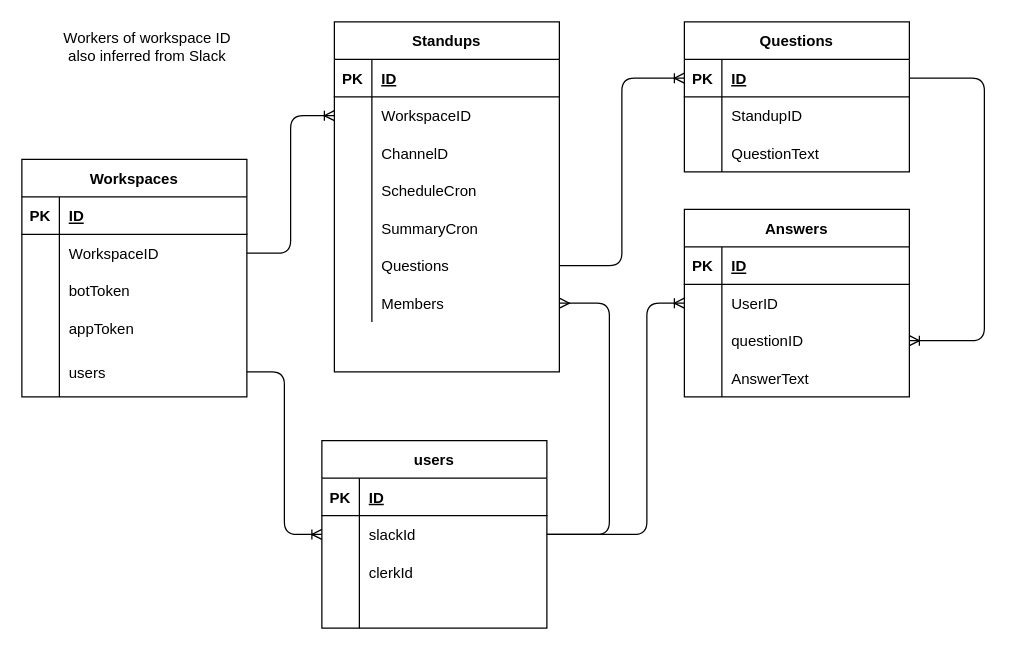
Earlier version of the draw.io diagram packages/orm/orm.drawio (ThibaultJanBeyer/standup-bot). Source tidied: cells renumbered, new cells numbered last; positions are measured from the earlier drawing's top-left corner, leaving out a move shared by most shapes. Both pictures are drawn from the tidied source at 125%, with x=0, y=0 at pixel (21, 21).
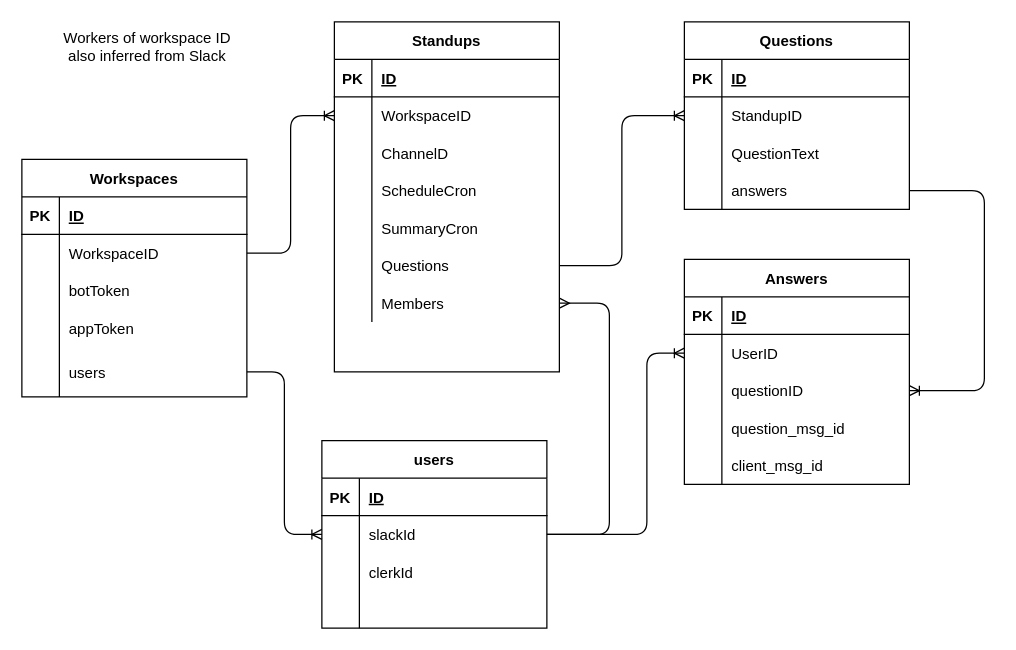
The same diagram, later.

Unchanged cells that the change refers to:
```xml
<mxCell id="18" style="shape=tableRow;horizontal=0;startSize=0;swimlaneHead=0;swimlaneBody=0;fillColor=none;points=[[0,0.5],[1,0.5]];portConstraint=eastwest;top=0;left=0;right=0;bottom=0;" parent="2" vertex="1">
  <mxGeometry y="180" width="180" height="30" as="geometry" />
</mxCell>
<mxCell id="25" style="shape=tableRow;horizontal=0;startSize=0;swimlaneHead=0;swimlaneBody=0;fillColor=none;points=[[0,0.5],[1,0.5]];portConstraint=eastwest;top=0;left=0;right=0;bottom=1;" parent="24" vertex="1">
  <mxGeometry y="30" width="180" height="30" as="geometry" />
</mxCell>
<mxCell id="28" style="shape=tableRow;horizontal=0;startSize=0;swimlaneHead=0;swimlaneBody=0;fillColor=none;points=[[0,0.5],[1,0.5]];portConstraint=eastwest;top=0;left=0;right=0;bottom=0;" parent="24" vertex="1">
  <mxGeometry y="60" width="180" height="30" as="geometry" />
</mxCell>
<mxCell id="57" style="shape=tableRow;horizontal=0;startSize=0;swimlaneHead=0;swimlaneBody=0;fillColor=none;points=[[0,0.5],[1,0.5]];portConstraint=eastwest;top=0;left=0;right=0;bottom=0;" parent="53" vertex="1">
  <mxGeometry y="60" width="180" height="30" as="geometry" />
</mxCell>
<mxCell id="72" style="shape=tableRow;horizontal=0;startSize=0;swimlaneHead=0;swimlaneBody=0;fillColor=none;points=[[0,0.5],[1,0.5]];portConstraint=eastwest;top=0;left=0;right=0;bottom=0;" parent="68" vertex="1">
  <mxGeometry y="60" width="180" height="30" as="geometry" />
</mxCell>
<mxCell id="75" style="shape=tableRow;horizontal=0;startSize=0;swimlaneHead=0;swimlaneBody=0;fillColor=none;points=[[0,0.5],[1,0.5]];portConstraint=eastwest;top=0;left=0;right=0;bottom=0;" parent="68" vertex="1">
  <mxGeometry y="90" width="180" height="30" as="geometry" />
</mxCell>
```

What changed in the source:
```diff
@@
     <mxCell id="24" value="Questions" style="shape=table;startSize=30;childLayout=tableLayout;rowLines=0;fontStyle=1;align=center;" parent="1" vertex="1">
-      <mxGeometry x="530" width="180" height="120" as="geometry" />
+      <mxGeometry x="530" width="180" height="150" as="geometry" />
     </mxCell>
@@
+    <mxCell id="83" style="shape=tableRow;horizontal=0;startSize=0;swimlaneHead=0;swimlaneBody=0;fillColor=none;points=[[0,0.5],[1,0.5]];portConstraint=eastwest;top=0;left=0;right=0;bottom=0;" parent="24" vertex="1">
+      <mxGeometry y="120" width="180" height="30" as="geometry" />
+    </mxCell>
+    <mxCell id="84" style="shape=partialRectangle;fillColor=none;top=0;left=0;bottom=0;right=0;overflow=hidden;" parent="83" vertex="1">
+      <mxGeometry width="30" height="30" as="geometry" />
+    </mxCell>
+    <mxCell id="85" value="answers" style="shape=partialRectangle;fillColor=none;top=0;left=0;bottom=0;right=0;align=left;spacingLeft=6;overflow=hidden;" parent="83" vertex="1">
+      <mxGeometry x="30" width="150" height="30" as="geometry" />
+    </mxCell>
-    <mxCell id="34" style="edgeStyle=orthogonalEdgeStyle;html=1;exitX=0;exitY=0.5;exitDx=0;exitDy=0;entryX=1;entryY=0.5;entryDx=0;entryDy=0;endArrow=none;endFill=0;startArrow=ERoneToMany;startFill=0;" parent="1" edge="1" source="25" target="18">
+    <mxCell id="34" style="edgeStyle=orthogonalEdgeStyle;html=1;exitX=0;exitY=0.5;exitDx=0;exitDy=0;entryX=1;entryY=0.5;entryDx=0;entryDy=0;endArrow=none;endFill=0;startArrow=ERoneToMany;startFill=0;" parent="1" edge="1" source="28" target="18">
       <mxGeometry relative="1" as="geometry" />
     </mxCell>
@@
     <mxCell id="68" value="Answers" style="shape=table;startSize=30;childLayout=tableLayout;rowLines=0;fontStyle=1;align=center;" parent="1" vertex="1">
-      <mxGeometry x="530" y="150" width="180" height="150" as="geometry" />
+      <mxGeometry x="530" y="190" width="180" height="180" as="geometry" />
     </mxCell>
@@
-    <mxCell id="78" style="shape=tableRow;horizontal=0;startSize=0;swimlaneHead=0;swimlaneBody=0;fillColor=none;top=0;left=0;right=0;bottom=0;" parent="68" vertex="1">
-      <mxGeometry y="120" width="180" height="30" as="geometry" />
-    </mxCell>
-    <mxCell id="79" style="shape=partialRectangle;fillColor=none;top=0;left=0;bottom=0;right=0;overflow=hidden;" parent="78" vertex="1">
-      <mxGeometry width="30" height="30" as="geometry" />
-    </mxCell>
-    <mxCell id="80" value="AnswerText" style="shape=partialRectangle;fillColor=none;top=0;left=0;bottom=0;right=0;align=left;spacingLeft=6;overflow=hidden;" parent="78" vertex="1">
-      <mxGeometry x="30" width="150" height="30" as="geometry" />
-    </mxCell>
+    <mxCell id="86" style="shape=tableRow;horizontal=0;startSize=0;swimlaneHead=0;swimlaneBody=0;fillColor=none;top=0;left=0;right=0;bottom=0;" parent="68" vertex="1">
+      <mxGeometry y="120" width="180" height="30" as="geometry" />
+    </mxCell>
+    <mxCell id="87" style="shape=partialRectangle;fillColor=none;top=0;left=0;bottom=0;right=0;overflow=hidden;" parent="86" vertex="1">
+      <mxGeometry width="30" height="30" as="geometry" />
+    </mxCell>
+    <mxCell id="88" value="question_msg_id" style="shape=partialRectangle;fillColor=none;top=0;left=0;bottom=0;right=0;align=left;spacingLeft=6;overflow=hidden;" parent="86" vertex="1">
+      <mxGeometry x="30" width="150" height="30" as="geometry" />
+    </mxCell>
+    <mxCell id="89" style="shape=tableRow;horizontal=0;startSize=0;swimlaneHead=0;swimlaneBody=0;fillColor=none;top=0;left=0;right=0;bottom=0;" parent="68" vertex="1">
+      <mxGeometry y="150" width="180" height="30" as="geometry" />
+    </mxCell>
+    <mxCell id="90" style="shape=partialRectangle;fillColor=none;top=0;left=0;bottom=0;right=0;overflow=hidden;" parent="89" vertex="1">
+      <mxGeometry width="30" height="30" as="geometry" />
+    </mxCell>
+    <mxCell id="91" value="client_msg_id" style="shape=partialRectangle;fillColor=none;top=0;left=0;bottom=0;right=0;align=left;spacingLeft=6;overflow=hidden;" parent="89" vertex="1">
+      <mxGeometry x="30" width="150" height="30" as="geometry" />
+    </mxCell>
-    <mxCell id="81" style="edgeStyle=orthogonalEdgeStyle;html=1;exitX=1;exitY=0.5;exitDx=0;exitDy=0;entryX=1;entryY=0.5;entryDx=0;entryDy=0;endArrow=none;endFill=0;startArrow=ERoneToMany;startFill=0;" parent="1" edge="1" source="75" target="25">
+    <mxCell id="81" style="edgeStyle=orthogonalEdgeStyle;html=1;exitX=1;exitY=0.5;exitDx=0;exitDy=0;entryX=1;entryY=0.5;entryDx=0;entryDy=0;endArrow=none;endFill=0;startArrow=ERoneToMany;startFill=0;" parent="1" edge="1" source="75" target="83">
       <mxGeometry relative="1" as="geometry">
         <Array as="points">
-          <mxPoint x="770" y="255" />
-          <mxPoint x="770" y="45" />
+          <mxPoint x="770" y="295" />
+          <mxPoint x="770" y="135" />
         </Array>
       </mxGeometry>
     </mxCell>
-    <mxCell id="82" style="edgeStyle=orthogonalEdgeStyle;html=1;exitX=1;exitY=0.5;exitDx=0;exitDy=0;entryX=0;entryY=0.5;entryDx=0;entryDy=0;endArrow=ERoneToMany;endFill=0;" parent="1" edge="1" source="57" target="68">
+    <mxCell id="82" style="edgeStyle=orthogonalEdgeStyle;html=1;exitX=1;exitY=0.5;exitDx=0;exitDy=0;entryX=0;entryY=0.5;entryDx=0;entryDy=0;endArrow=ERoneToMany;endFill=0;" parent="1" edge="1" source="57" target="72">
       <mxGeometry relative="1" as="geometry">
         <Array as="points">
           <mxPoint x="500" y="410" />
-          <mxPoint x="500" y="225" />
+          <mxPoint x="500" y="265" />
         </Array>
       </mxGeometry>
     </mxCell>
```
